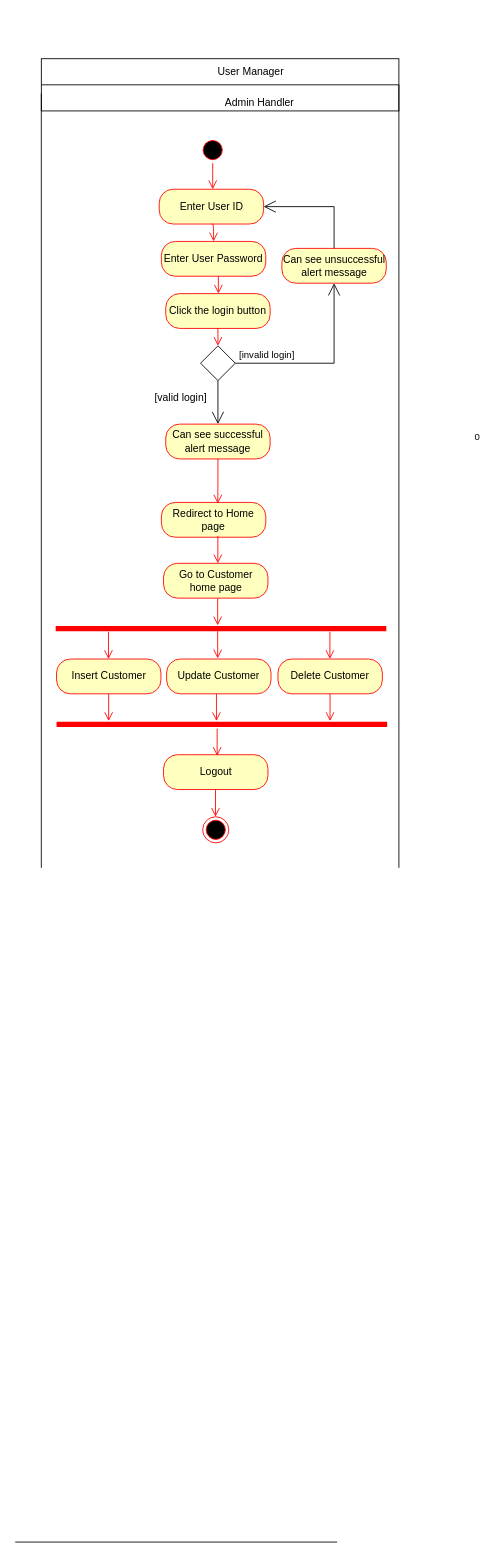
Before: page "yuchira activity admin" (9 of 37) of PAF ER Diagram.drawio in YuchiraJA/PAF-Project-ER-Diagram, a draw.io diagram. Source tidied: cells renumbered, new cells numbered last; positions are measured from the earlier drawing's top-left corner, leaving out a move shared by most shapes. Both pictures are drawn from the tidied source at 87%, with x=0, y=0 at pixel (15, 58).
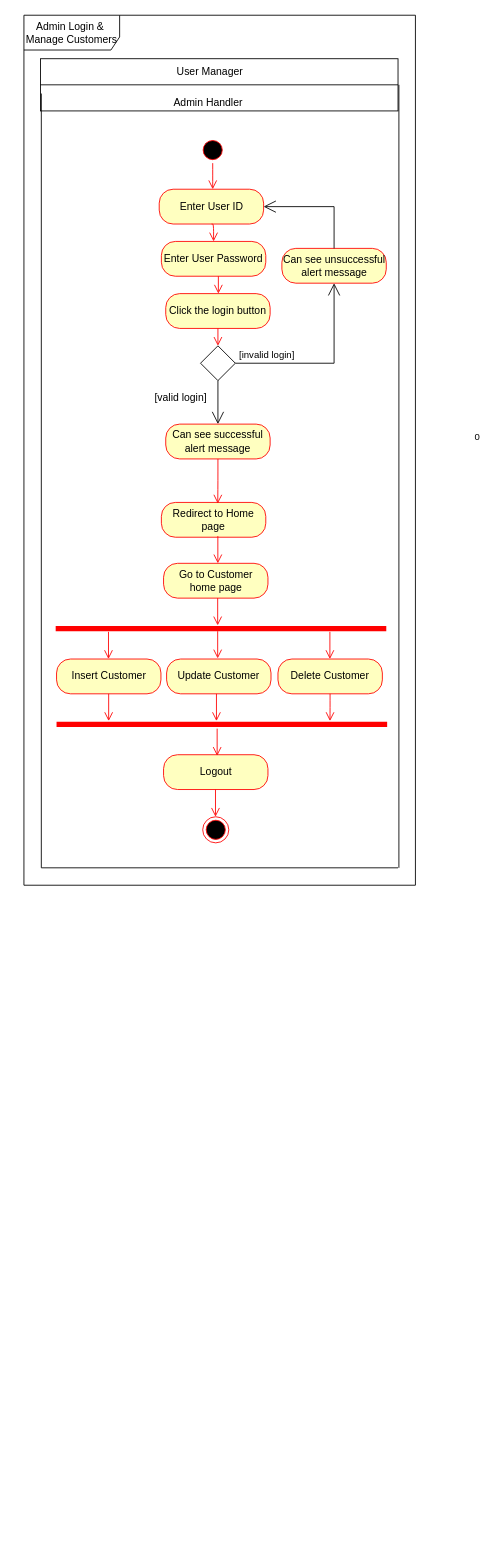
The same diagram, later.

Change to the diagram source:
```diff
@@
     <mxCell id="2" style="rounded=0;whiteSpace=wrap;html=1;" parent="1" vertex="1">
-      <mxGeometry x="30" width="411" height="60" as="geometry" />
+      <mxGeometry x="29" width="411" height="60" as="geometry" />
     </mxCell>
@@
     <mxCell id="13" value="User Manager" style="text;html=1;strokeColor=none;fillColor=none;align=center;verticalAlign=middle;whiteSpace=wrap;rounded=0;" parent="1" vertex="1">
-      <mxGeometry x="216" y="5" width="110" height="20" as="geometry" />
+      <mxGeometry x="169" y="5" width="110" height="20" as="geometry" />
     </mxCell>
     <mxCell id="14" value="Admin Handler" style="text;html=1;strokeColor=none;fillColor=none;align=center;verticalAlign=middle;whiteSpace=wrap;rounded=0;" parent="1" vertex="1">
-      <mxGeometry x="215.5" y="41" width="130" height="20" as="geometry" />
+      <mxGeometry x="156.5" y="41" width="130" height="20" as="geometry" />
     </mxCell>
     <mxCell id="15" style="endArrow=none;html=1;" parent="1" edge="1">
       <mxGeometry relative="1" as="geometry">
-        <mxPoint y="1705" as="sourcePoint" />
-        <mxPoint x="370" y="1705" as="targetPoint" />
+        <mxPoint x="30" y="930" as="sourcePoint" />
+        <mxPoint x="440" y="930" as="targetPoint" />
       </mxGeometry>
     </mxCell>
@@
+    <mxCell id="46" value="Admin Login &amp;amp;&amp;nbsp; Manage Customers" style="shape=umlFrame;whiteSpace=wrap;html=1;width=110;height=40;" parent="1" vertex="1">
+      <mxGeometry x="10" y="-50" width="450" height="1000" as="geometry" />
+    </mxCell>
```
